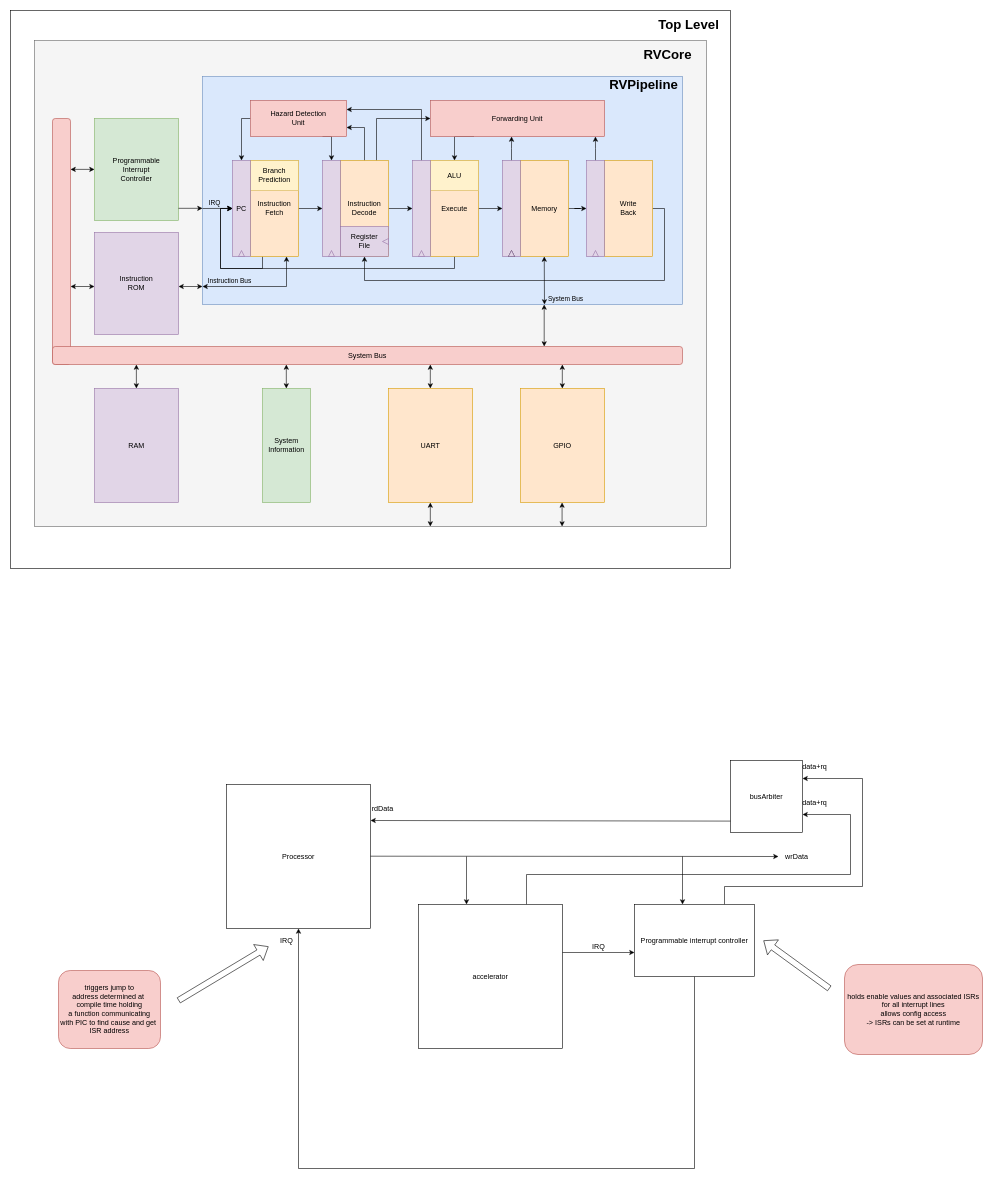
This is docs/schematics/sysArch.drawio from tjarker/RVCore, a draw.io file, before an edit. Source tidied: cells renumbered, new cells numbered last; positions are measured from the earlier drawing's top-left corner, leaving out a move shared by most shapes. Both pictures are drawn from the tidied source at 60%, with x=0, y=0 at pixel (10, 10).
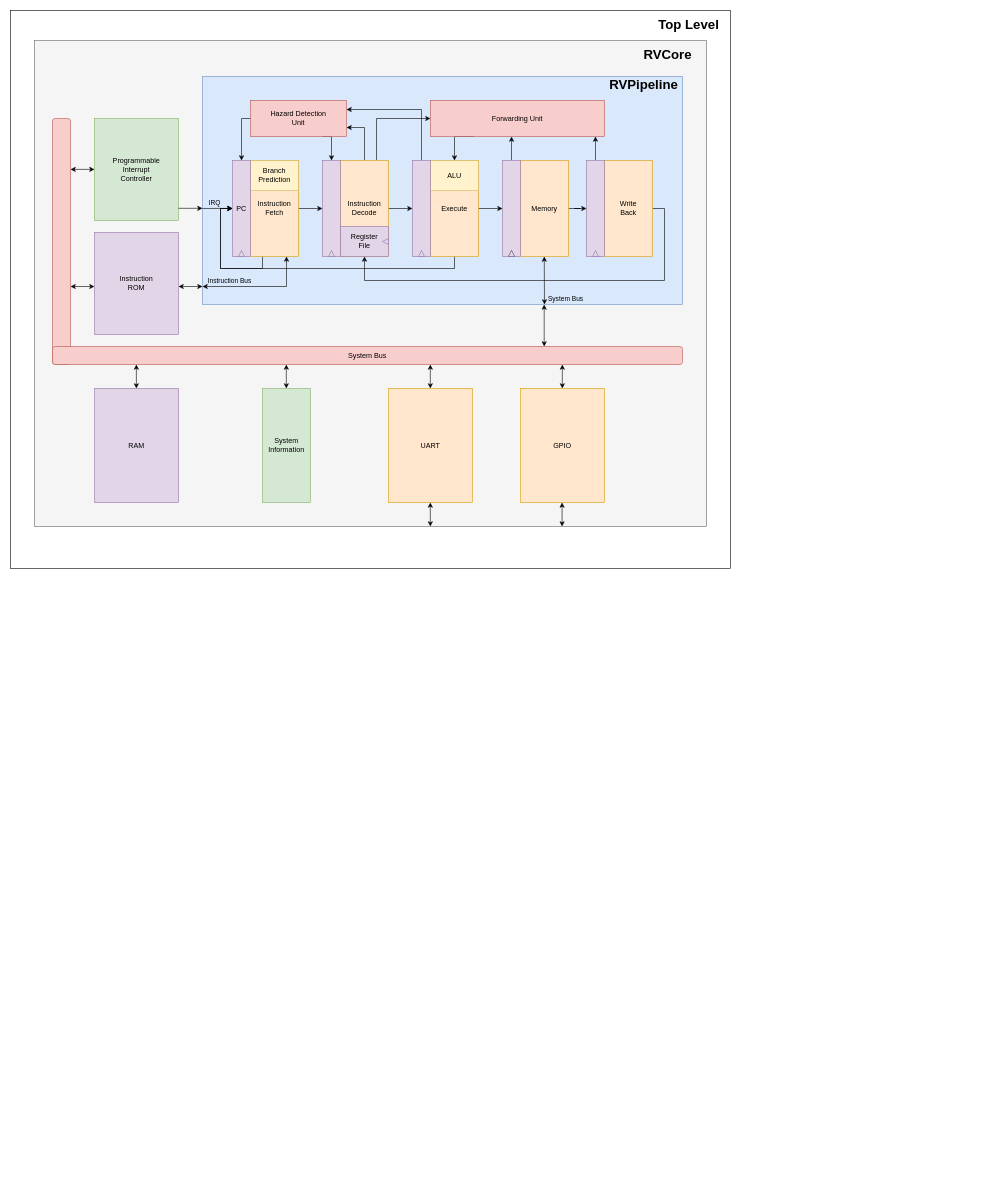
The same diagram, later.

Diff of the diagram source:
```diff
@@
-    <mxCell id="5" value="Processor" style="rounded=0;whiteSpace=wrap;html=1;" parent="1" vertex="1">
-      <mxGeometry x="360" y="1290" width="240" height="240" as="geometry" />
-    </mxCell>
-    <mxCell id="6" style="endArrow=classic;html=1;" parent="1" edge="1">
-      <mxGeometry relative="1" as="geometry">
-        <mxPoint x="600" y="1409.5" as="sourcePoint" />
-        <mxPoint x="1280" y="1410" as="targetPoint" />
-      </mxGeometry>
-    </mxCell>
-    <mxCell id="7" style="edgeStyle=orthogonalEdgeStyle;rounded=0;jettySize=auto;html=1;exitX=0.75;exitY=0;exitDx=0;exitDy=0;entryX=1;entryY=0.75;entryDx=0;entryDy=0;" parent="1" edge="1" source="8" target="11">
-      <mxGeometry relative="1" as="geometry">
-        <Array as="points">
-          <mxPoint x="860" y="1440" />
-          <mxPoint x="1400" y="1440" />
-          <mxPoint x="1400" y="1340" />
-        </Array>
-      </mxGeometry>
-    </mxCell>
-    <mxCell id="8" value="accelerator" style="rounded=0;whiteSpace=wrap;html=1;" parent="1" vertex="1">
-      <mxGeometry x="680" y="1490" width="240" height="240" as="geometry" />
-    </mxCell>
-    <mxCell id="9" style="endArrow=classic;html=1;" parent="1" edge="1">
-      <mxGeometry relative="1" as="geometry">
-        <mxPoint x="760" y="1410" as="sourcePoint" />
-        <mxPoint x="760" y="1490" as="targetPoint" />
-      </mxGeometry>
-    </mxCell>
-    <mxCell id="10" value="wrData" style="text;html=1;align=center;verticalAlign=middle;" parent="1" vertex="1">
-      <mxGeometry x="1285" y="1400" width="50" height="20" as="geometry" />
-    </mxCell>
-    <mxCell id="11" value="busArbiter" style="rounded=0;whiteSpace=wrap;html=1;" parent="1" vertex="1">
-      <mxGeometry x="1200" y="1250" width="120" height="120" as="geometry" />
-    </mxCell>
-    <mxCell id="12" style="endArrow=classic;html=1;" parent="1" edge="1">
-      <mxGeometry relative="1" as="geometry">
-        <mxPoint x="1200" y="1351" as="sourcePoint" />
-        <mxPoint x="600" y="1350" as="targetPoint" />
-      </mxGeometry>
-    </mxCell>
-    <mxCell id="13" value="rdData" style="text;html=1;align=center;verticalAlign=middle;" parent="1" vertex="1">
-      <mxGeometry x="595" y="1320" width="50" height="20" as="geometry" />
-    </mxCell>
-    <mxCell id="14" style="edgeStyle=orthogonalEdgeStyle;rounded=0;jettySize=auto;html=1;exitX=0.5;exitY=1;exitDx=0;exitDy=0;entryX=0.5;entryY=1;entryDx=0;entryDy=0;" parent="1" edge="1" source="16" target="5">
-      <mxGeometry relative="1" as="geometry">
-        <Array as="points">
-          <mxPoint x="1140" y="1930" />
-          <mxPoint x="480" y="1930" />
-        </Array>
-      </mxGeometry>
-    </mxCell>
-    <mxCell id="15" style="edgeStyle=orthogonalEdgeStyle;rounded=0;jettySize=auto;html=1;exitX=0.75;exitY=0;exitDx=0;exitDy=0;entryX=1;entryY=0.25;entryDx=0;entryDy=0;" parent="1" edge="1" source="16" target="11">
-      <mxGeometry relative="1" as="geometry">
-        <Array as="points">
-          <mxPoint x="1190" y="1460" />
-          <mxPoint x="1420" y="1460" />
-          <mxPoint x="1420" y="1280" />
-        </Array>
-      </mxGeometry>
-    </mxCell>
-    <mxCell id="16" value="Programmable interrupt controller" style="rounded=0;whiteSpace=wrap;html=1;" parent="1" vertex="1">
-      <mxGeometry x="1040" y="1490" width="200" height="120" as="geometry" />
-    </mxCell>
-    <mxCell id="17" style="endArrow=classic;html=1;" parent="1" edge="1">
-      <mxGeometry relative="1" as="geometry">
-        <mxPoint x="1120" y="1410" as="sourcePoint" />
-        <mxPoint x="1120" y="1490" as="targetPoint" />
-      </mxGeometry>
-    </mxCell>
-    <mxCell id="18" style="endArrow=classic;html=1;" parent="1" edge="1">
-      <mxGeometry relative="1" as="geometry">
-        <mxPoint x="920" y="1570" as="sourcePoint" />
-        <mxPoint x="1040" y="1570" as="targetPoint" />
-      </mxGeometry>
-    </mxCell>
-    <mxCell id="19" value="IRQ" style="text;html=1;align=center;verticalAlign=middle;" parent="1" vertex="1">
-      <mxGeometry x="960" y="1550" width="40" height="20" as="geometry" />
-    </mxCell>
-    <mxCell id="20" value="IRQ" style="text;html=1;align=center;verticalAlign=middle;" parent="1" vertex="1">
-      <mxGeometry x="440" y="1540" width="40" height="20" as="geometry" />
-    </mxCell>
-    <mxCell id="21" value="data+rq" style="text;html=1;align=center;verticalAlign=middle;" parent="1" vertex="1">
-      <mxGeometry x="1310" y="1250" width="60" height="20" as="geometry" />
-    </mxCell>
-    <mxCell id="22" value="data+rq" style="text;html=1;align=center;verticalAlign=middle;" parent="1" vertex="1">
-      <mxGeometry x="1310" y="1310" width="60" height="20" as="geometry" />
-    </mxCell>
-    <mxCell id="23" value="triggers jump to&lt;br&gt;address determined at&amp;nbsp;&lt;br&gt;compile time holding&lt;br&gt;a function communicating&lt;br&gt;with PIC to find cause and get&amp;nbsp;&lt;br&gt;ISR address" style="rounded=1;whiteSpace=wrap;html=1;fillColor=#f8cecc;strokeColor=#b85450;" parent="1" vertex="1">
-      <mxGeometry x="80" y="1600" width="170" height="130" as="geometry" />
-    </mxCell>
-    <mxCell id="24" style="shape=flexArrow;endArrow=classic;html=1;" parent="1" edge="1">
-      <mxGeometry relative="1" as="geometry">
-        <mxPoint x="280" y="1650" as="sourcePoint" />
-        <mxPoint x="430" y="1560" as="targetPoint" />
-      </mxGeometry>
-    </mxCell>
-    <mxCell id="25" value="holds enable values and associated ISRs for all interrupt lines&lt;br&gt;allows config access&lt;br&gt;-&amp;gt; ISRs can be set at runtime" style="rounded=1;whiteSpace=wrap;html=1;fillColor=#f8cecc;strokeColor=#b85450;" parent="1" vertex="1">
-      <mxGeometry x="1390" y="1590" width="230" height="150" as="geometry" />
-    </mxCell>
-    <mxCell id="26" style="shape=flexArrow;endArrow=classic;html=1;" parent="1" edge="1">
-      <mxGeometry relative="1" as="geometry">
-        <mxPoint x="1365" y="1630" as="sourcePoint" />
-        <mxPoint x="1255" y="1550" as="targetPoint" />
-      </mxGeometry>
-    </mxCell>
```
